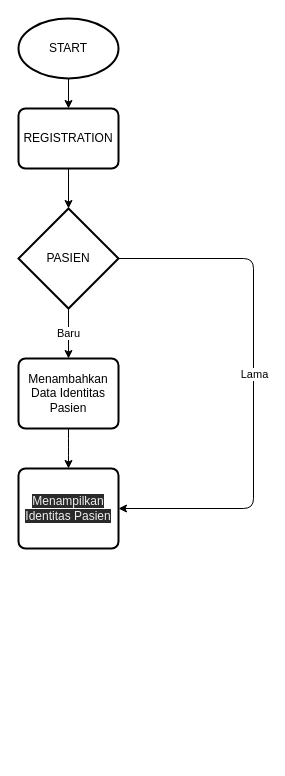
Earlier version of the draw.io diagram hospital-admission.drawio (Jarramdhan28/MuhamadFajarRamdhanGinawan-HospitalAdmission-App). Source tidied: cells renumbered, new cells numbered last; positions are measured from the earlier drawing's top-left corner, leaving out a move shared by most shapes. Both pictures are drawn from the tidied source at 100%, with x=0, y=0 at pixel (18, 18).
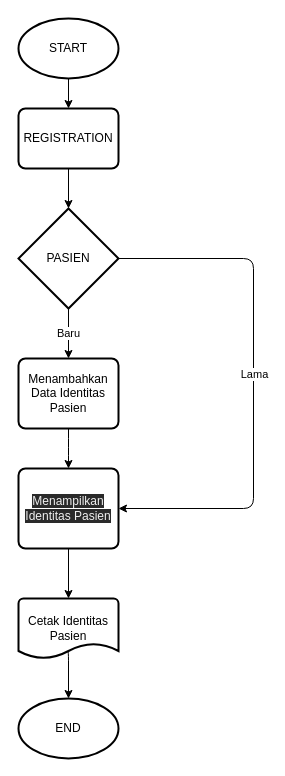
The same diagram, later.

Commit message:
feat : add print identitas pasien in flowchart

Unchanged cells that the change refers to:
```xml
<mxCell id="12" value="&#10;&#10;&lt;span style=&quot;color: rgb(240, 240, 240); font-family: helvetica; font-size: 12px; font-style: normal; font-weight: 400; letter-spacing: normal; text-align: center; text-indent: 0px; text-transform: none; word-spacing: 0px; background-color: rgb(42, 42, 42); display: inline; float: none;&quot;&gt;Menampilkan Identitas Pasien&lt;/span&gt;&#10;&#10;" style="rounded=1;whiteSpace=wrap;html=1;absoluteArcSize=1;arcSize=14;strokeWidth=2;" parent="1" vertex="1">
  <mxGeometry y="450" width="100" height="80" as="geometry" />
</mxCell>
```

Diff of the diagram source:
```diff
@@
+    <mxCell id="13" style="edgeStyle=orthogonalEdgeStyle;html=1;exitX=0.5;exitY=1;exitDx=0;exitDy=0;entryX=0.5;entryY=0;entryDx=0;entryDy=0;entryPerimeter=0;" parent="1" edge="1" source="12" target="16">
+      <mxGeometry relative="1" as="geometry" />
+    </mxCell>
@@
+    <mxCell id="14" value="END" style="strokeWidth=2;html=1;shape=mxgraph.flowchart.start_1;whiteSpace=wrap;" parent="1" vertex="1">
+      <mxGeometry y="680" width="100" height="60" as="geometry" />
+    </mxCell>
+    <mxCell id="15" style="edgeStyle=orthogonalEdgeStyle;html=1;exitX=0.483;exitY=0.871;exitDx=0;exitDy=0;exitPerimeter=0;" parent="1" edge="1" source="16" target="14">
+      <mxGeometry relative="1" as="geometry">
+        <Array as="points">
+          <mxPoint x="50" y="632" />
+        </Array>
+      </mxGeometry>
+    </mxCell>
+    <mxCell id="16" value="Cetak Identitas Pasien" style="strokeWidth=2;html=1;shape=mxgraph.flowchart.document2;whiteSpace=wrap;size=0.25;" parent="1" vertex="1">
+      <mxGeometry y="580" width="100" height="60" as="geometry" />
+    </mxCell>
```
